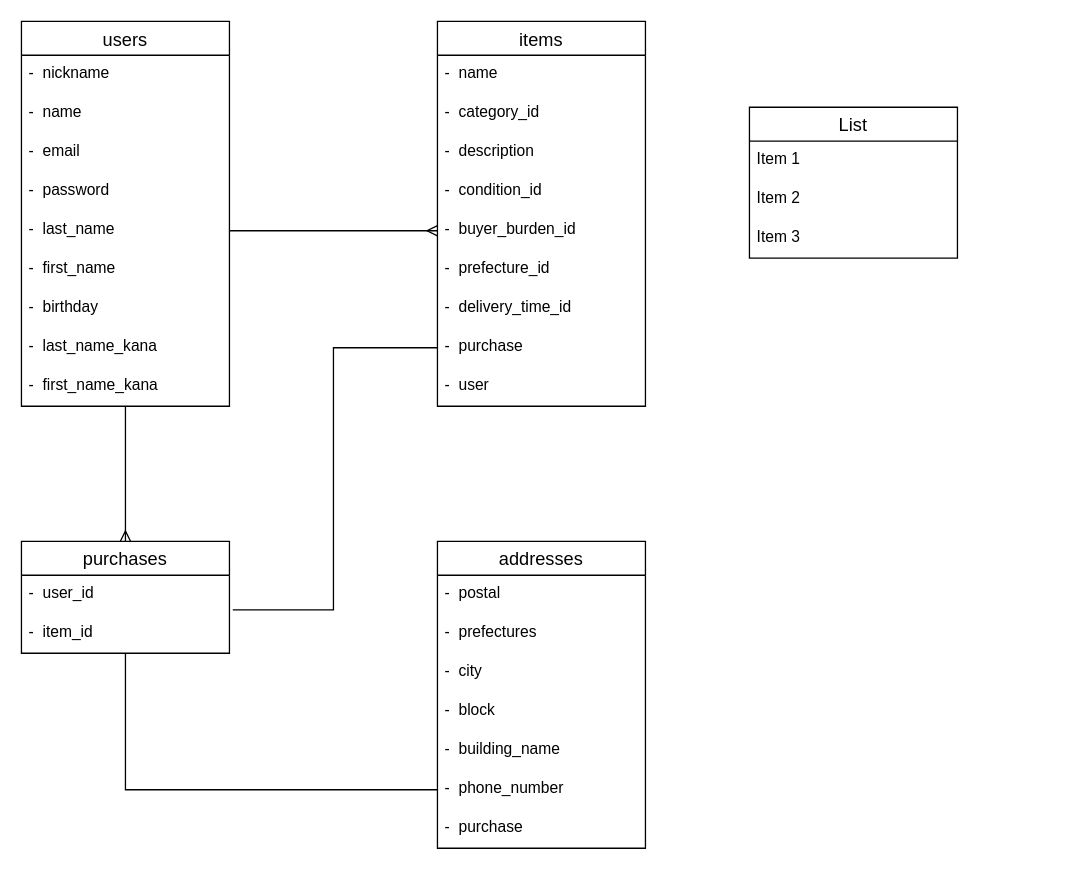
Earlier version of the draw.io diagram test.dio (ar77777/furima-30434). Source tidied: cells renumbered, new cells numbered last; positions are measured from the earlier drawing's top-left corner, leaving out a move shared by most shapes. Both pictures are drawn from the tidied source at 130%, with x=0, y=0 at pixel (21, 21).
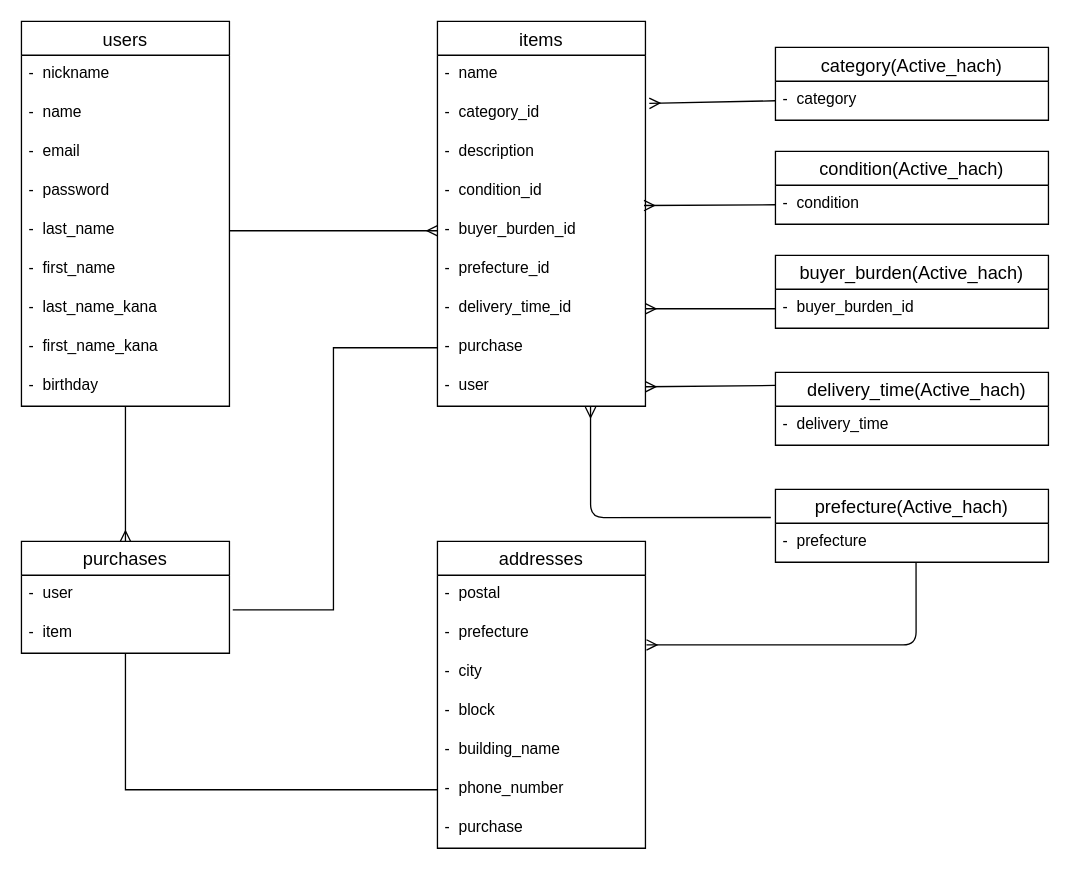
After the change.

Commit message:
ER図の再修正

The change refers to these unchanged cells:
```xml
<mxCell id="2" value="purchases" style="swimlane;fontStyle=0;horizontal=1;startSize=26;align=center;fontSize=14;" parent="1" vertex="1">
  <mxGeometry y="400" width="160" height="86" as="geometry" />
</mxCell>
<mxCell id="5" value="users" style="swimlane;fontStyle=0;horizontal=1;startSize=26;align=center;fontSize=14;" parent="1" vertex="1">
  <mxGeometry width="160" height="296" as="geometry" />
</mxCell>
<mxCell id="20" value="-  buyer_burden_id" style="text;strokeColor=none;fillColor=none;spacingLeft=4;spacingRight=4;overflow=hidden;points=[[0,0.5],[1,0.5]];portConstraint=eastwest;fontSize=12;" parent="15" vertex="1">
  <mxGeometry y="146" width="160" height="30" as="geometry" />
</mxCell>
<mxCell id="22" value="-  delivery_time_id" style="text;strokeColor=none;fillColor=none;spacingLeft=4;spacingRight=4;overflow=hidden;points=[[0,0.5],[1,0.5]];portConstraint=eastwest;fontSize=12;" parent="15" vertex="1">
  <mxGeometry y="206" width="160" height="30" as="geometry" />
</mxCell>
<mxCell id="24" value="-  user" style="text;strokeColor=none;fillColor=none;spacingLeft=4;spacingRight=4;overflow=hidden;points=[[0,0.5],[1,0.5]];portConstraint=eastwest;fontSize=12;" parent="15" vertex="1">
  <mxGeometry y="266" width="160" height="30" as="geometry" />
</mxCell>
<mxCell id="26" value="addresses" style="swimlane;fontStyle=0;horizontal=1;startSize=26;align=center;fontSize=14;" parent="1" vertex="1">
  <mxGeometry x="320" y="400" width="160" height="236" as="geometry" />
</mxCell>
```

Change to the diagram source:
```diff
@@
-    <mxCell id="3" value="-  user_id" style="text;strokeColor=none;fillColor=none;spacingLeft=4;spacingRight=4;overflow=hidden;points=[[0,0.5],[1,0.5]];portConstraint=eastwest;fontSize=12;" parent="2" vertex="1">
+    <mxCell id="3" value="-  user" style="text;strokeColor=none;fillColor=none;spacingLeft=4;spacingRight=4;overflow=hidden;points=[[0,0.5],[1,0.5]];portConstraint=eastwest;fontSize=12;" parent="2" vertex="1">
       <mxGeometry y="26" width="160" height="30" as="geometry" />
     </mxCell>
-    <mxCell id="4" value="-  item_id" style="text;strokeColor=none;fillColor=none;spacingLeft=4;spacingRight=4;overflow=hidden;fontSize=12;" parent="2" vertex="1">
+    <mxCell id="4" value="-  item" style="text;strokeColor=none;fillColor=none;spacingLeft=4;spacingRight=4;overflow=hidden;fontSize=12;" parent="2" vertex="1">
       <mxGeometry y="56" width="160" height="30" as="geometry" />
     </mxCell>
@@
-    <mxCell id="12" value="-  birthday" style="text;strokeColor=none;fillColor=none;spacingLeft=4;spacingRight=4;overflow=hidden;fontSize=12;" parent="5" vertex="1">
-      <mxGeometry y="206" width="160" height="30" as="geometry" />
-    </mxCell>
     <mxCell id="13" value="-  last_name_kana" style="text;strokeColor=none;fillColor=none;spacingLeft=4;spacingRight=4;overflow=hidden;fontSize=12;" parent="5" vertex="1">
-      <mxGeometry y="236" width="160" height="30" as="geometry" />
+      <mxGeometry y="206" width="160" height="30" as="geometry" />
     </mxCell>
     <mxCell id="14" value="-  first_name_kana" style="text;strokeColor=none;fillColor=none;spacingLeft=4;spacingRight=4;overflow=hidden;fontSize=12;" parent="5" vertex="1">
-      <mxGeometry y="266" width="160" height="30" as="geometry" />
+      <mxGeometry y="236" width="160" height="30" as="geometry" />
     </mxCell>
+    <mxCell id="12" value="-  birthday" style="text;strokeColor=none;fillColor=none;spacingLeft=4;spacingRight=4;overflow=hidden;fontSize=12;" parent="5" vertex="1">
+      <mxGeometry y="266" width="160" height="30" as="geometry" />
+    </mxCell>
@@
-    <mxCell id="28" value="-  prefectures" style="text;strokeColor=none;fillColor=none;spacingLeft=4;spacingRight=4;overflow=hidden;points=[[0,0.5],[1,0.5]];portConstraint=eastwest;fontSize=12;" parent="26" vertex="1">
+    <mxCell id="28" value="-  prefecture" style="text;strokeColor=none;fillColor=none;spacingLeft=4;spacingRight=4;overflow=hidden;points=[[0,0.5],[1,0.5]];portConstraint=eastwest;fontSize=12;" parent="26" vertex="1">
       <mxGeometry y="56" width="160" height="30" as="geometry" />
     </mxCell>
@@
+    <mxCell id="41" value="category(Active_hach)" style="swimlane;fontStyle=0;horizontal=1;startSize=26;align=center;fontSize=14;" parent="1" vertex="1">
+      <mxGeometry x="580" y="20" width="210" height="56" as="geometry" />
+    </mxCell>
+    <mxCell id="42" value="-  category" style="text;strokeColor=none;fillColor=none;spacingLeft=4;spacingRight=4;overflow=hidden;points=[[0,0.5],[1,0.5]];portConstraint=eastwest;fontSize=12;" parent="41" vertex="1">
+      <mxGeometry y="26" width="210" height="30" as="geometry" />
+    </mxCell>
+    <mxCell id="43" value="condition(Active_hach)" style="swimlane;fontStyle=0;horizontal=1;startSize=26;align=center;fontSize=14;" parent="1" vertex="1">
+      <mxGeometry x="580" y="100" width="210" height="56" as="geometry" />
+    </mxCell>
+    <mxCell id="44" value="-  condition" style="text;strokeColor=none;fillColor=none;spacingLeft=4;spacingRight=4;overflow=hidden;points=[[0,0.5],[1,0.5]];portConstraint=eastwest;fontSize=12;" parent="43" vertex="1">
+      <mxGeometry y="26" width="210" height="30" as="geometry" />
+    </mxCell>
-    <mxCell id="37" value="List" style="swimlane;fontStyle=0;horizontal=1;startSize=26;align=center;fontSize=14;" parent="1" vertex="1">
-      <mxGeometry x="560" y="66" width="160" height="116" as="geometry" />
+    <mxCell id="37" value="buyer_burden(Active_hach)" style="swimlane;fontStyle=0;horizontal=1;startSize=26;align=center;fontSize=14;" parent="1" vertex="1">
+      <mxGeometry x="580" y="180" width="210" height="56" as="geometry" />
     </mxCell>
-    <mxCell id="38" value="Item 1" style="text;strokeColor=none;fillColor=none;spacingLeft=4;spacingRight=4;overflow=hidden;fontSize=12;" parent="37" vertex="1">
-      <mxGeometry y="26" width="160" height="30" as="geometry" />
-    </mxCell>
-    <mxCell id="39" value="Item 2" style="text;strokeColor=none;fillColor=none;spacingLeft=4;spacingRight=4;overflow=hidden;fontSize=12;" parent="37" vertex="1">
-      <mxGeometry y="56" width="160" height="30" as="geometry" />
-    </mxCell>
-    <mxCell id="40" value="Item 3" style="text;strokeColor=none;fillColor=none;spacingLeft=4;spacingRight=4;overflow=hidden;points=[[0,0.5],[1,0.5]];portConstraint=eastwest;fontSize=12;" parent="37" vertex="1">
-      <mxGeometry y="86" width="160" height="30" as="geometry" />
+    <mxCell id="40" value="-  buyer_burden_id" style="text;strokeColor=none;fillColor=none;spacingLeft=4;spacingRight=4;overflow=hidden;points=[[0,0.5],[1,0.5]];portConstraint=eastwest;fontSize=12;" parent="37" vertex="1">
+      <mxGeometry y="26" width="210" height="30" as="geometry" />
     </mxCell>
+    <mxCell id="45" value="  delivery_time(Active_hach)" style="swimlane;fontStyle=0;horizontal=1;startSize=26;align=center;fontSize=14;" parent="1" vertex="1">
+      <mxGeometry x="580" y="270" width="210" height="56" as="geometry" />
+    </mxCell>
+    <mxCell id="46" value="-  delivery_time" style="text;strokeColor=none;fillColor=none;spacingLeft=4;spacingRight=4;overflow=hidden;fontSize=12;" parent="45" vertex="1">
+      <mxGeometry y="26" width="210" height="30" as="geometry" />
+    </mxCell>
+    <mxCell id="47" value="prefecture(Active_hach)" style="swimlane;fontStyle=0;horizontal=1;startSize=26;align=center;fontSize=14;" parent="1" vertex="1">
+      <mxGeometry x="580" y="360" width="210" height="56" as="geometry" />
+    </mxCell>
+    <mxCell id="48" value="-  prefecture" style="text;strokeColor=none;fillColor=none;spacingLeft=4;spacingRight=4;overflow=hidden;points=[[0,0.5],[1,0.5]];portConstraint=eastwest;fontSize=12;" parent="47" vertex="1">
+      <mxGeometry y="26" width="210" height="30" as="geometry" />
+    </mxCell>
+    <mxCell id="49" style="fontSize=12;html=1;endArrow=ERmany;exitX=0;exitY=0.5;exitDx=0;exitDy=0;" parent="1" edge="1" source="42">
+      <mxGeometry relative="1" as="geometry">
+        <mxPoint x="483" y="63" as="targetPoint" />
+      </mxGeometry>
+    </mxCell>
+    <mxCell id="50" style="fontSize=12;html=1;endArrow=ERmany;exitX=0;exitY=0.5;exitDx=0;exitDy=0;entryX=0.993;entryY=-0.147;entryDx=0;entryDy=0;entryPerimeter=0;" parent="1" edge="1" source="44" target="20">
+      <mxGeometry relative="1" as="geometry" />
+    </mxCell>
+    <mxCell id="51" style="fontSize=12;html=1;endArrow=ERmany;exitX=0;exitY=0.5;exitDx=0;exitDy=0;entryX=1;entryY=0.5;entryDx=0;entryDy=0;" parent="1" edge="1" source="40" target="22">
+      <mxGeometry relative="1" as="geometry" />
+    </mxCell>
+    <mxCell id="52" style="fontSize=12;html=1;endArrow=ERmany;entryX=1;entryY=0.5;entryDx=0;entryDy=0;" parent="1" edge="1" target="24">
+      <mxGeometry relative="1" as="geometry">
+        <mxPoint x="580" y="280" as="sourcePoint" />
+      </mxGeometry>
+    </mxCell>
+    <mxCell id="53" style="edgeStyle=orthogonalEdgeStyle;fontSize=12;html=1;endArrow=ERmany;entryX=0.736;entryY=1.02;entryDx=0;entryDy=0;entryPerimeter=0;exitX=-0.017;exitY=-0.147;exitDx=0;exitDy=0;exitPerimeter=0;" parent="1" edge="1" source="48" target="24">
+      <mxGeometry relative="1" as="geometry" />
+    </mxCell>
+    <mxCell id="54" style="edgeStyle=orthogonalEdgeStyle;fontSize=12;html=1;endArrow=ERmany;entryX=1.005;entryY=0.787;entryDx=0;entryDy=0;entryPerimeter=0;exitX=0.515;exitY=1.02;exitDx=0;exitDy=0;exitPerimeter=0;" parent="1" edge="1" source="48" target="28">
+      <mxGeometry relative="1" as="geometry" />
+    </mxCell>
```
